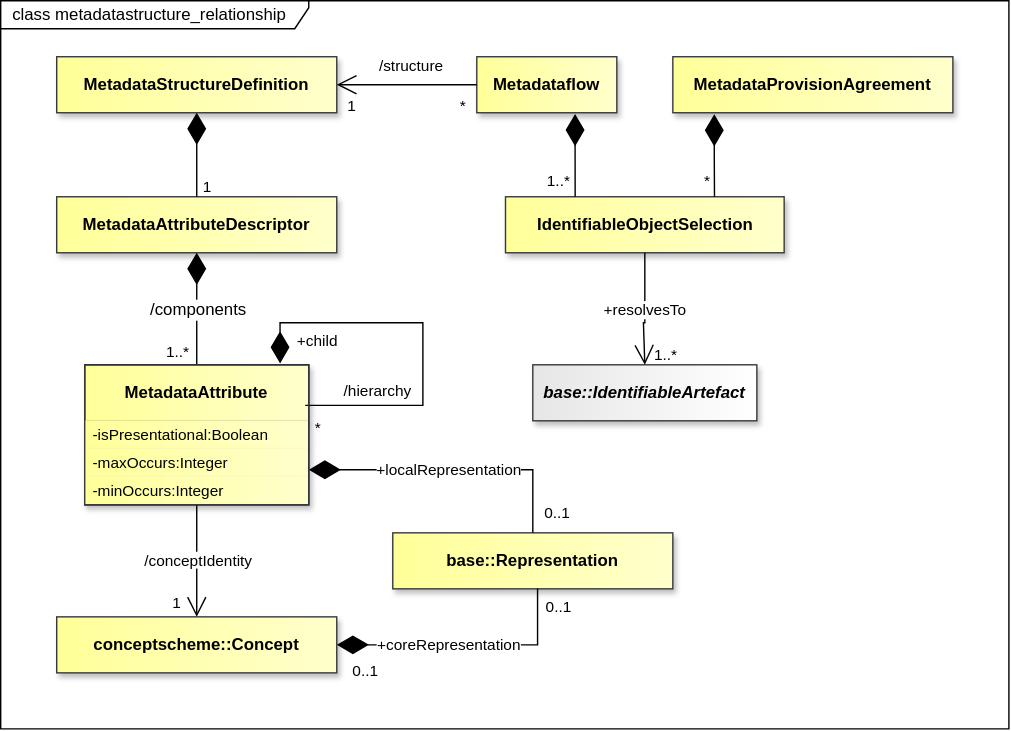
Before: docs/information_model/media/sdmx_metadatastructure-metadatastructure_relationship.svg, a diagram exported from draw.io (sdmx-twg/sdmx-im). Source tidied: cells renumbered, new cells last; positions are measured from the earlier drawing's top-left corner, leaving out a move shared by most shapes.
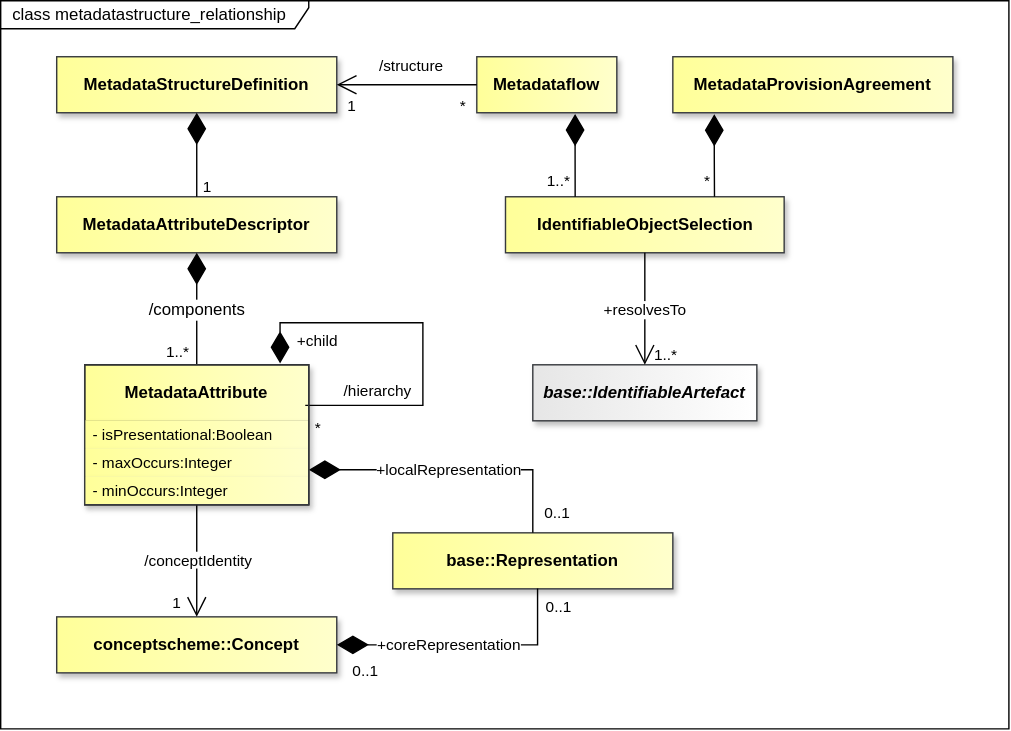
After the commit.

Diff of the diagram source:
```diff
@@ -75,13 +75,13 @@
     <mxCell id="20" value="MetadataAttribute" style="swimlane;fontStyle=1;align=center;verticalAlign=middle;horizontal=1;startSize=40;whiteSpace=wrap;html=1;fillColor=light-dark(#FFFF99,#FFFF99);strokeColor=light-dark(#000000,#000000);gradientDirection=east;swimlaneLine=1;fontColor=light-dark(#000000,#000000);labelBackgroundColor=none;textShadow=0;gradientColor=light-dark(#FFFFCC,#FFFFCC);shadow=1;" parent="1" vertex="1">
       <mxGeometry x="60" y="260" width="160" height="100" as="geometry" />
     </mxCell>
-    <mxCell id="21" value="-isPresentational:Boolean" style="text;strokeColor=none;fillColor=light-dark(#FFFF99,#FFFF99);align=left;verticalAlign=middle;spacingLeft=4;spacingRight=4;overflow=hidden;whiteSpace=wrap;html=1;fontFamily=Helvetica;fontSize=11;fontColor=light-dark(#000000,#000000);gradientColor=light-dark(#FFFFCC,#FFFFCC);gradientDirection=east;shadow=1;" parent="20" vertex="1">
+    <mxCell id="21" value="- isPresentational:Boolean" style="text;strokeColor=none;fillColor=light-dark(#FFFF99,#FFFF99);align=left;verticalAlign=middle;spacingLeft=4;spacingRight=4;overflow=hidden;whiteSpace=wrap;html=1;fontFamily=Helvetica;fontSize=11;fontColor=light-dark(#000000,#000000);gradientColor=light-dark(#FFFFCC,#FFFFCC);gradientDirection=east;shadow=1;" parent="20" vertex="1">
       <mxGeometry y="40" width="160" height="20" as="geometry" />
     </mxCell>
-    <mxCell id="22" value="-maxOccurs:Integer" style="text;strokeColor=none;fillColor=light-dark(#FFFF99,#FFFF99);align=left;verticalAlign=middle;spacingLeft=4;spacingRight=4;overflow=hidden;whiteSpace=wrap;html=1;fontFamily=Helvetica;fontSize=11;fontColor=light-dark(#000000,#000000);gradientColor=light-dark(#FFFFCC,#FFFFCC);gradientDirection=east;shadow=1;" parent="20" vertex="1">
+    <mxCell id="22" value="- maxOccurs:Integer" style="text;strokeColor=none;fillColor=light-dark(#FFFF99,#FFFF99);align=left;verticalAlign=middle;spacingLeft=4;spacingRight=4;overflow=hidden;whiteSpace=wrap;html=1;fontFamily=Helvetica;fontSize=11;fontColor=light-dark(#000000,#000000);gradientColor=light-dark(#FFFFCC,#FFFFCC);gradientDirection=east;shadow=1;" parent="20" vertex="1">
       <mxGeometry y="60" width="160" height="20" as="geometry" />
     </mxCell>
-    <mxCell id="23" value="-minOccurs:Integer" style="text;strokeColor=none;fillColor=light-dark(#FFFF99,#FFFF99);align=left;verticalAlign=middle;spacingLeft=4;spacingRight=4;overflow=hidden;whiteSpace=wrap;html=1;fontFamily=Helvetica;fontSize=11;fontColor=light-dark(#000000,#000000);gradientColor=light-dark(#FFFFCC,#FFFFCC);gradientDirection=east;shadow=1;" parent="20" vertex="1">
+    <mxCell id="23" value="- minOccurs:Integer" style="text;strokeColor=none;fillColor=light-dark(#FFFF99,#FFFF99);align=left;verticalAlign=middle;spacingLeft=4;spacingRight=4;overflow=hidden;whiteSpace=wrap;html=1;fontFamily=Helvetica;fontSize=11;fontColor=light-dark(#000000,#000000);gradientColor=light-dark(#FFFFCC,#FFFFCC);gradientDirection=east;shadow=1;" parent="20" vertex="1">
       <mxGeometry y="80" width="160" height="20" as="geometry" />
     </mxCell>
     <mxCell id="24" value="&lt;font style=&quot;color: light-dark(rgb(0, 0, 0), rgb(255, 255, 255)); background-color: light-dark(rgb(255, 255, 255), rgb(0, 0, 0));&quot;&gt;/hierarchy&lt;/font&gt;" style="endArrow=none;html=1;endSize=12;startArrow=diamondThin;startSize=20;startFill=1;edgeStyle=orthogonalEdgeStyle;rounded=0;endFill=0;strokeColor=light-dark(#000000,#FFFFFF);fontColor=light-dark(#000000,#FFFFFF);labelBackgroundColor=none;entryX=1;entryY=0.5;entryDx=0;entryDy=0;" parent="1" edge="1">
```
